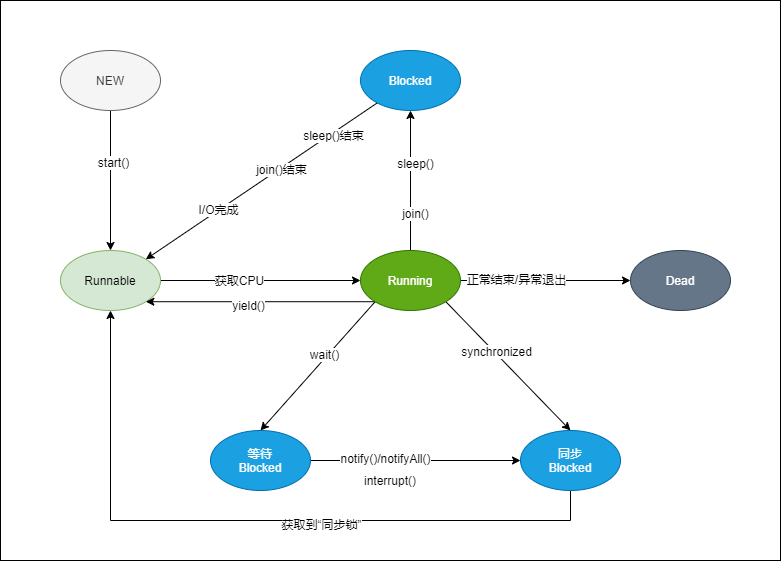
Earlier version of the draw.io export docs/Resources/线程状态图.png (gongthub/wiki). Source tidied: cells renumbered, new cells last; positions are measured from the earlier drawing's top-left corner, leaving out a move shared by most shapes.
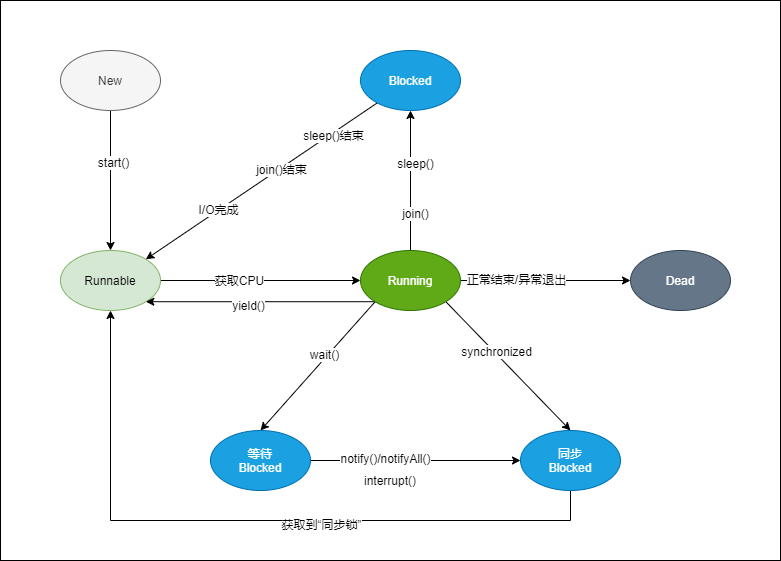
The same file after the commit.

Commit message:
Update 线程状态图.png

What changed in the source:
```diff
@@ -11,7 +11,7 @@
     <mxCell id="4" value="start()" style="edgeLabel;html=1;align=center;verticalAlign=middle;" parent="3" vertex="1">
       <mxGeometry x="-0.27" y="2" relative="1" as="geometry" />
     </mxCell>
-    <mxCell id="5" value="NEW" style="ellipse;whiteSpace=wrap;html=1;fillColor=#f5f5f5;strokeColor=#666666;fontColor=#333333;" parent="1" vertex="1">
+    <mxCell id="5" value="New" style="ellipse;whiteSpace=wrap;html=1;fillColor=#f5f5f5;strokeColor=#666666;fontColor=#333333;" parent="1" vertex="1">
       <mxGeometry x="60" y="50" width="100" height="60" as="geometry" />
     </mxCell>
     <mxCell id="6" style="edgeStyle=none;rounded=0;jettySize=auto;html=1;entryX=0;entryY=0.5;entryDx=0;entryDy=0;" parent="1" edge="1" source="8" target="20">
```
